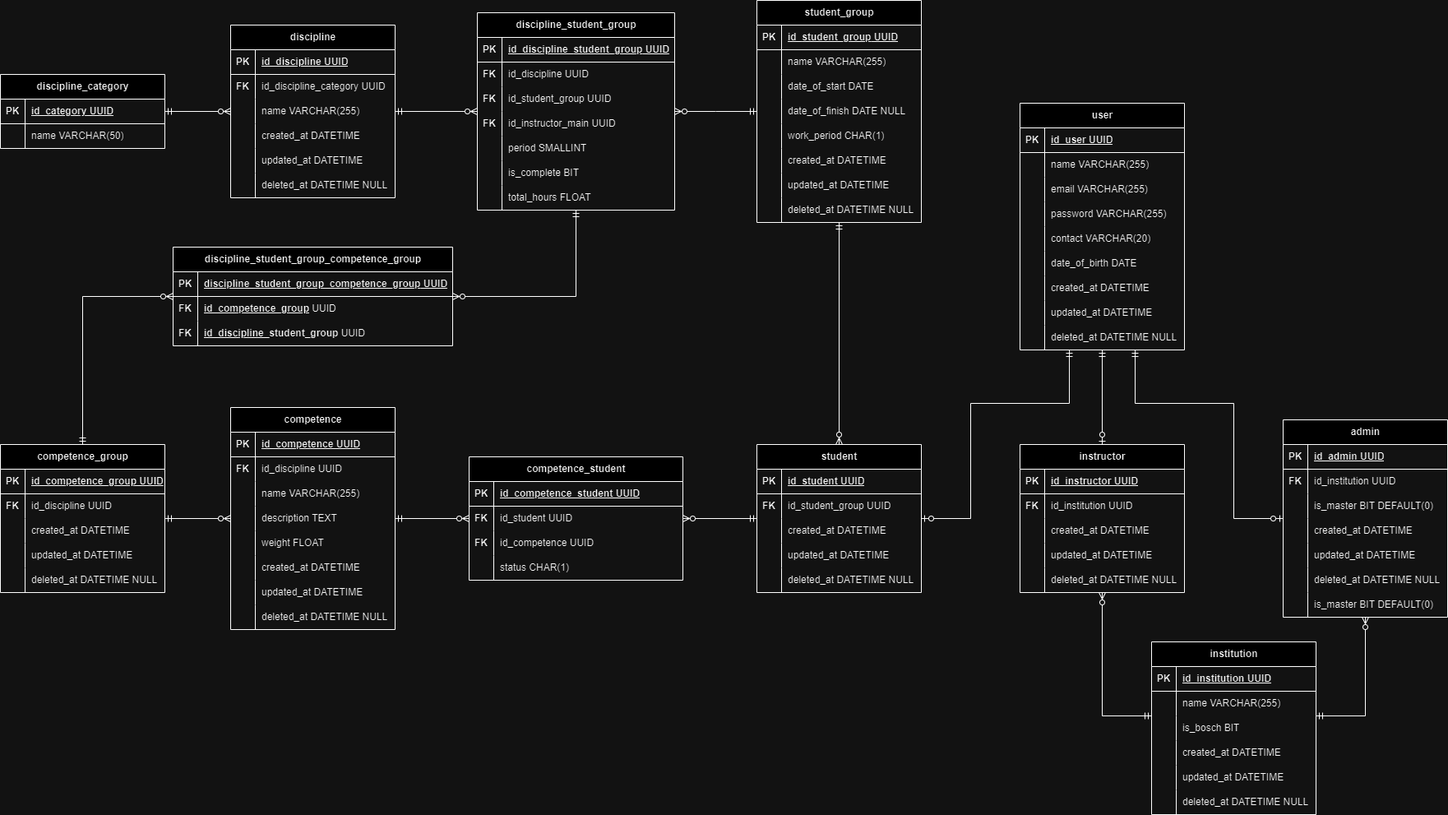
This is docs/Databse/ETSystemDB.drawio.png from AndreLuisPLuz/ETSystemBack, a draw.io export, as it was before one commit. Source tidied: cells renumbered, new cells last; positions are measured from the earlier drawing's top-left corner, leaving out a move shared by most shapes.
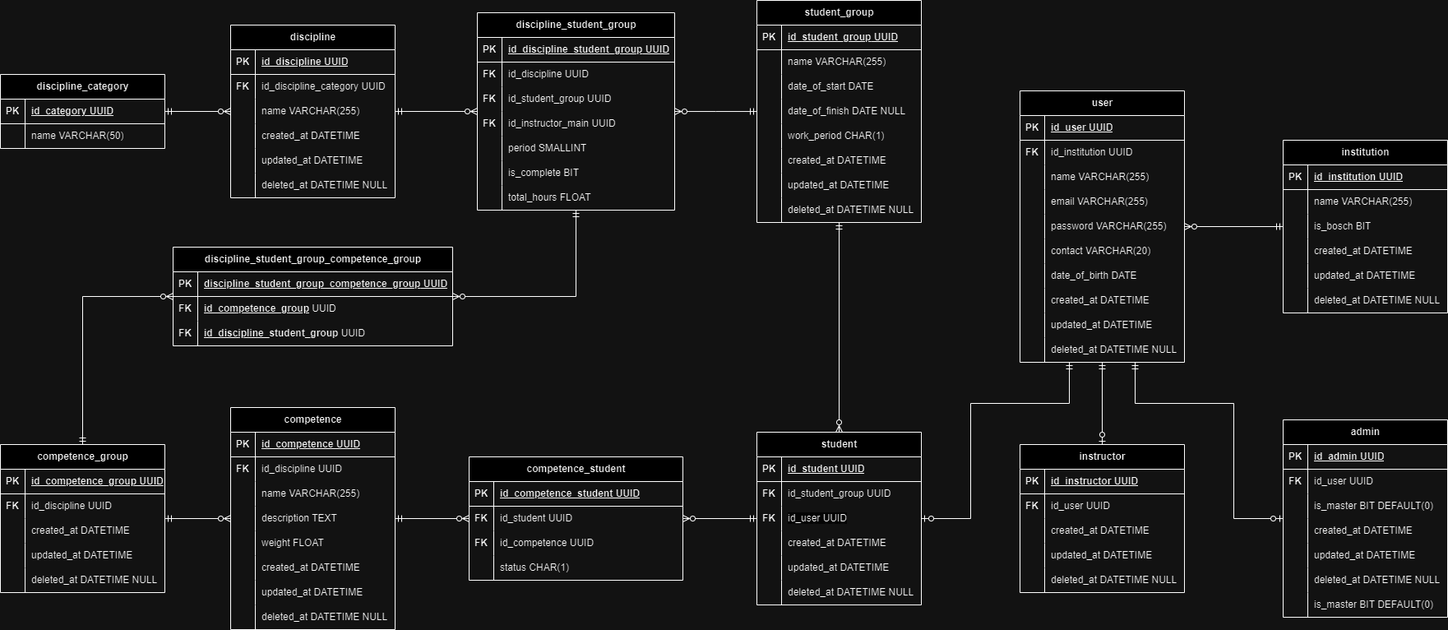
After the commit.

Commit message:
refact: relation user inst

Diff of the diagram source:
```diff
@@ -3,7 +3,7 @@
     <mxCell id="0" />
     <mxCell id="1" parent="0" />
     <mxCell id="2" value="institution" style="shape=table;startSize=30;rowLines=0;fontStyle=1;align=center;html=1;" parent="1" vertex="1">
-      <mxGeometry x="1400" y="780" width="200" height="210" as="geometry" />
+      <mxGeometry x="1560" y="170" width="200" height="210" as="geometry" />
     </mxCell>
     <mxCell id="3" style="shape=tableRow;horizontal=0;startSize=0;swimlaneHead=0;swimlaneBody=0;fillColor=none;top=0;left=0;right=0;bottom=1;" parent="2" vertex="1">
       <mxGeometry y="30" width="200" height="30" as="geometry" />
@@ -80,8 +80,11 @@
         </Array>
       </mxGeometry>
     </mxCell>
+    <mxCell id="254" style="edgeStyle=orthogonalEdgeStyle;rounded=0;jettySize=auto;html=1;endArrow=ERmandOne;endFill=0;startArrow=ERzeroToMany;startFill=0;" parent="1" edge="1" source="24" target="2">
+      <mxGeometry relative="1" as="geometry" />
+    </mxCell>
     <mxCell id="24" value="user" style="shape=table;startSize=30;rowLines=0;fontStyle=1;align=center;html=1;" parent="1" vertex="1">
-      <mxGeometry x="1240" y="125" width="200" height="300" as="geometry" />
+      <mxGeometry x="1240" y="110" width="200" height="330" as="geometry" />
     </mxCell>
     <mxCell id="25" style="shape=tableRow;horizontal=0;startSize=0;swimlaneHead=0;swimlaneBody=0;fillColor=none;top=0;left=0;right=0;bottom=1;" parent="24" vertex="1">
       <mxGeometry y="30" width="200" height="30" as="geometry" />
@@ -92,8 +95,17 @@
     <mxCell id="27" value="id_user UUID" style="shape=partialRectangle;fillColor=none;top=0;left=0;bottom=0;right=0;align=left;spacingLeft=6;fontStyle=5;overflow=hidden;whiteSpace=wrap;html=1;" parent="25" vertex="1">
       <mxGeometry x="30" width="170" height="30" as="geometry" />
     </mxCell>
+    <mxCell id="255" style="shape=tableRow;horizontal=0;startSize=0;swimlaneHead=0;swimlaneBody=0;fillColor=none;top=0;left=0;right=0;bottom=0;" parent="24" vertex="1">
+      <mxGeometry y="60" width="200" height="30" as="geometry" />
+    </mxCell>
+    <mxCell id="256" value="&lt;b&gt;FK&lt;/b&gt;" style="shape=partialRectangle;fillColor=none;top=0;left=0;bottom=0;right=0;overflow=hidden;whiteSpace=wrap;html=1;" parent="255" vertex="1">
+      <mxGeometry width="30" height="30" as="geometry" />
+    </mxCell>
+    <mxCell id="257" value="id_institution UUID" style="shape=partialRectangle;fillColor=none;top=0;left=0;bottom=0;right=0;align=left;spacingLeft=6;overflow=hidden;whiteSpace=wrap;html=1;" parent="255" vertex="1">
+      <mxGeometry x="30" width="170" height="30" as="geometry" />
+    </mxCell>
     <mxCell id="28" style="shape=tableRow;horizontal=0;startSize=0;swimlaneHead=0;swimlaneBody=0;fillColor=none;top=0;left=0;right=0;bottom=0;" parent="24" vertex="1">
-      <mxGeometry y="60" width="200" height="30" as="geometry" />
+      <mxGeometry y="90" width="200" height="30" as="geometry" />
     </mxCell>
     <mxCell id="29" style="shape=partialRectangle;fillColor=none;top=0;left=0;bottom=0;right=0;overflow=hidden;whiteSpace=wrap;html=1;" parent="28" vertex="1">
       <mxGeometry width="30" height="30" as="geometry" />
@@ -102,7 +114,7 @@
       <mxGeometry x="30" width="170" height="30" as="geometry" />
     </mxCell>
     <mxCell id="31" style="shape=tableRow;horizontal=0;startSize=0;swimlaneHead=0;swimlaneBody=0;fillColor=none;top=0;left=0;right=0;bottom=0;" parent="24" vertex="1">
-      <mxGeometry y="90" width="200" height="30" as="geometry" />
+      <mxGeometry y="120" width="200" height="30" as="geometry" />
     </mxCell>
     <mxCell id="32" style="shape=partialRectangle;fillColor=none;top=0;left=0;bottom=0;right=0;overflow=hidden;whiteSpace=wrap;html=1;" parent="31" vertex="1">
       <mxGeometry width="30" height="30" as="geometry" />
@@ -111,7 +123,7 @@
       <mxGeometry x="30" width="170" height="30" as="geometry" />
     </mxCell>
     <mxCell id="34" style="shape=tableRow;horizontal=0;startSize=0;swimlaneHead=0;swimlaneBody=0;fillColor=none;top=0;left=0;right=0;bottom=0;" parent="24" vertex="1">
-      <mxGeometry y="120" width="200" height="30" as="geometry" />
+      <mxGeometry y="150" width="200" height="30" as="geometry" />
     </mxCell>
     <mxCell id="35" style="shape=partialRectangle;fillColor=none;top=0;left=0;bottom=0;right=0;overflow=hidden;whiteSpace=wrap;html=1;" parent="34" vertex="1">
       <mxGeometry width="30" height="30" as="geometry" />
@@ -120,7 +132,7 @@
       <mxGeometry x="30" width="170" height="30" as="geometry" />
     </mxCell>
     <mxCell id="37" style="shape=tableRow;horizontal=0;startSize=0;swimlaneHead=0;swimlaneBody=0;fillColor=none;top=0;left=0;right=0;bottom=0;" parent="24" vertex="1">
-      <mxGeometry y="150" width="200" height="30" as="geometry" />
+      <mxGeometry y="180" width="200" height="30" as="geometry" />
     </mxCell>
     <mxCell id="38" style="shape=partialRectangle;fillColor=none;top=0;left=0;bottom=0;right=0;overflow=hidden;whiteSpace=wrap;html=1;" parent="37" vertex="1">
       <mxGeometry width="30" height="30" as="geometry" />
@@ -129,7 +141,7 @@
       <mxGeometry x="30" width="170" height="30" as="geometry" />
     </mxCell>
     <mxCell id="40" style="shape=tableRow;horizontal=0;startSize=0;swimlaneHead=0;swimlaneBody=0;fillColor=none;top=0;left=0;right=0;bottom=0;" parent="24" vertex="1">
-      <mxGeometry y="180" width="200" height="30" as="geometry" />
+      <mxGeometry y="210" width="200" height="30" as="geometry" />
     </mxCell>
     <mxCell id="41" style="shape=partialRectangle;fillColor=none;top=0;left=0;bottom=0;right=0;overflow=hidden;whiteSpace=wrap;html=1;" parent="40" vertex="1">
       <mxGeometry width="30" height="30" as="geometry" />
@@ -138,7 +150,7 @@
       <mxGeometry x="30" width="170" height="30" as="geometry" />
     </mxCell>
     <mxCell id="43" style="shape=tableRow;horizontal=0;startSize=0;swimlaneHead=0;swimlaneBody=0;fillColor=none;top=0;left=0;right=0;bottom=0;" parent="24" vertex="1">
-      <mxGeometry y="210" width="200" height="30" as="geometry" />
+      <mxGeometry y="240" width="200" height="30" as="geometry" />
     </mxCell>
     <mxCell id="44" style="shape=partialRectangle;fillColor=none;top=0;left=0;bottom=0;right=0;overflow=hidden;whiteSpace=wrap;html=1;" parent="43" vertex="1">
       <mxGeometry width="30" height="30" as="geometry" />
@@ -147,7 +159,7 @@
       <mxGeometry x="30" width="170" height="30" as="geometry" />
     </mxCell>
     <mxCell id="46" style="shape=tableRow;horizontal=0;startSize=0;swimlaneHead=0;swimlaneBody=0;fillColor=none;top=0;left=0;right=0;bottom=0;" parent="24" vertex="1">
-      <mxGeometry y="240" width="200" height="30" as="geometry" />
+      <mxGeometry y="270" width="200" height="30" as="geometry" />
     </mxCell>
     <mxCell id="47" style="shape=partialRectangle;fillColor=none;top=0;left=0;bottom=0;right=0;overflow=hidden;whiteSpace=wrap;html=1;" parent="46" vertex="1">
       <mxGeometry width="30" height="30" as="geometry" />
@@ -156,7 +168,7 @@
       <mxGeometry x="30" width="170" height="30" as="geometry" />
     </mxCell>
     <mxCell id="49" style="shape=tableRow;horizontal=0;startSize=0;swimlaneHead=0;swimlaneBody=0;fillColor=none;top=0;left=0;right=0;bottom=0;" parent="24" vertex="1">
-      <mxGeometry y="270" width="200" height="30" as="geometry" />
+      <mxGeometry y="300" width="200" height="30" as="geometry" />
     </mxCell>
     <mxCell id="50" style="shape=partialRectangle;fillColor=none;top=0;left=0;bottom=0;right=0;overflow=hidden;whiteSpace=wrap;html=1;" parent="49" vertex="1">
       <mxGeometry width="30" height="30" as="geometry" />
@@ -164,13 +176,6 @@
     <mxCell id="51" value="deleted_at DATETIME NULL" style="shape=partialRectangle;fillColor=none;top=0;left=0;bottom=0;right=0;align=left;spacingLeft=6;overflow=hidden;whiteSpace=wrap;html=1;" parent="49" vertex="1">
       <mxGeometry x="30" width="170" height="30" as="geometry" />
     </mxCell>
-    <mxCell id="52" style="edgeStyle=orthogonalEdgeStyle;rounded=0;jettySize=auto;html=1;endArrow=ERmandOne;endFill=0;startArrow=ERzeroToMany;startFill=0;" parent="1" edge="1" source="53" target="2">
-      <mxGeometry relative="1" as="geometry">
-        <Array as="points">
-          <mxPoint x="1660" y="870" />
-        </Array>
-      </mxGeometry>
-    </mxCell>
     <mxCell id="53" value="admin" style="shape=table;startSize=30;rowLines=0;fontStyle=1;align=center;html=1;" parent="1" vertex="1">
       <mxGeometry x="1560" y="510" width="200" height="240" as="geometry" />
     </mxCell>
@@ -189,7 +194,7 @@
     <mxCell id="58" value="&lt;b&gt;FK&lt;/b&gt;" style="shape=partialRectangle;fillColor=none;top=0;left=0;bottom=0;right=0;overflow=hidden;whiteSpace=wrap;html=1;" parent="57" vertex="1">
       <mxGeometry width="30" height="30" as="geometry" />
     </mxCell>
-    <mxCell id="59" value="id_institution UUID" style="shape=partialRectangle;fillColor=none;top=0;left=0;bottom=0;right=0;align=left;spacingLeft=6;overflow=hidden;whiteSpace=wrap;html=1;" parent="57" vertex="1">
+    <mxCell id="59" value="id_user&amp;nbsp;UUID" style="shape=partialRectangle;fillColor=none;top=0;left=0;bottom=0;right=0;align=left;spacingLeft=6;overflow=hidden;whiteSpace=wrap;html=1;" parent="57" vertex="1">
       <mxGeometry x="30" width="170" height="30" as="geometry" />
     </mxCell>
     <mxCell id="60" style="shape=tableRow;horizontal=0;startSize=0;swimlaneHead=0;swimlaneBody=0;fillColor=none;top=0;left=0;right=0;bottom=0;" parent="53" vertex="1">
@@ -237,13 +242,6 @@
     <mxCell id="74" value="is_master BIT DEFAULT(0)" style="shape=partialRectangle;fillColor=none;top=0;left=0;bottom=0;right=0;align=left;spacingLeft=6;overflow=hidden;whiteSpace=wrap;html=1;" parent="72" vertex="1">
       <mxGeometry x="30" width="170" height="30" as="geometry" />
     </mxCell>
-    <mxCell id="75" style="edgeStyle=orthogonalEdgeStyle;rounded=0;jettySize=auto;html=1;endArrow=ERmandOne;endFill=0;startArrow=ERzeroToMany;startFill=0;" parent="1" edge="1" source="76" target="2">
-      <mxGeometry relative="1" as="geometry">
-        <Array as="points">
-          <mxPoint x="1340" y="870" />
-        </Array>
-      </mxGeometry>
-    </mxCell>
     <mxCell id="76" value="instructor" style="shape=table;startSize=30;rowLines=0;fontStyle=1;align=center;html=1;" parent="1" vertex="1">
       <mxGeometry x="1240" y="540" width="200" height="180" as="geometry" />
     </mxCell>
@@ -262,7 +260,7 @@
     <mxCell id="81" value="&lt;b&gt;FK&lt;/b&gt;" style="shape=partialRectangle;fillColor=none;top=0;left=0;bottom=0;right=0;overflow=hidden;whiteSpace=wrap;html=1;" parent="80" vertex="1">
       <mxGeometry width="30" height="30" as="geometry" />
     </mxCell>
-    <mxCell id="82" value="id_institution UUID" style="shape=partialRectangle;fillColor=none;top=0;left=0;bottom=0;right=0;align=left;spacingLeft=6;overflow=hidden;whiteSpace=wrap;html=1;" parent="80" vertex="1">
+    <mxCell id="82" value="id_user UUID" style="shape=partialRectangle;fillColor=none;top=0;left=0;bottom=0;right=0;align=left;spacingLeft=6;overflow=hidden;whiteSpace=wrap;html=1;" parent="80" vertex="1">
       <mxGeometry x="30" width="170" height="30" as="geometry" />
     </mxCell>
     <mxCell id="83" style="shape=tableRow;horizontal=0;startSize=0;swimlaneHead=0;swimlaneBody=0;fillColor=none;top=0;left=0;right=0;bottom=0;" parent="76" vertex="1">
@@ -293,7 +291,7 @@
       <mxGeometry x="30" width="170" height="30" as="geometry" />
     </mxCell>
     <mxCell id="92" value="student" style="shape=table;startSize=30;rowLines=0;fontStyle=1;align=center;html=1;" parent="1" vertex="1">
-      <mxGeometry x="920" y="540" width="200" height="180" as="geometry" />
+      <mxGeometry x="920" y="525" width="200" height="210" as="geometry" />
     </mxCell>
     <mxCell id="93" style="shape=tableRow;horizontal=0;startSize=0;swimlaneHead=0;swimlaneBody=0;fillColor=none;top=0;left=0;right=0;bottom=1;" parent="92" vertex="1">
       <mxGeometry y="30" width="200" height="30" as="geometry" />
@@ -313,8 +311,17 @@
     <mxCell id="98" value="id_&lt;span style=&quot;text-align: center; text-wrap: nowrap;&quot;&gt;student_group&lt;/span&gt;&amp;nbsp;UUID" style="shape=partialRectangle;fillColor=none;top=0;left=0;bottom=0;right=0;align=left;spacingLeft=6;overflow=hidden;whiteSpace=wrap;html=1;" parent="96" vertex="1">
       <mxGeometry x="30" width="170" height="30" as="geometry" />
     </mxCell>
+    <mxCell id="258" style="shape=tableRow;horizontal=0;startSize=0;swimlaneHead=0;swimlaneBody=0;fillColor=none;top=0;left=0;right=0;bottom=0;" parent="92" vertex="1">
+      <mxGeometry y="90" width="200" height="30" as="geometry" />
+    </mxCell>
+    <mxCell id="259" value="&lt;b&gt;FK&lt;/b&gt;" style="shape=partialRectangle;fillColor=none;top=0;left=0;bottom=0;right=0;overflow=hidden;whiteSpace=wrap;html=1;" parent="258" vertex="1">
+      <mxGeometry width="30" height="30" as="geometry" />
+    </mxCell>
+    <mxCell id="260" value="&lt;span style=&quot;color: rgb(0, 0, 0); font-family: Helvetica; font-size: 12px; font-style: normal; font-variant-ligatures: normal; font-variant-caps: normal; font-weight: 400; letter-spacing: normal; orphans: 2; text-align: left; text-indent: 0px; text-transform: none; widows: 2; word-spacing: 0px; -webkit-text-stroke-width: 0px; white-space: normal; background-color: rgb(251, 251, 251); text-decoration-thickness: initial; text-decoration-style: initial; text-decoration-color: initial; display: inline !important; float: none;&quot;&gt;id_user UUID&lt;/span&gt;" style="shape=partialRectangle;fillColor=none;top=0;left=0;bottom=0;right=0;align=left;spacingLeft=6;overflow=hidden;whiteSpace=wrap;html=1;" parent="258" vertex="1">
+      <mxGeometry x="30" width="170" height="30" as="geometry" />
+    </mxCell>
     <mxCell id="99" style="shape=tableRow;horizontal=0;startSize=0;swimlaneHead=0;swimlaneBody=0;fillColor=none;top=0;left=0;right=0;bottom=0;" parent="92" vertex="1">
-      <mxGeometry y="90" width="200" height="30" as="geometry" />
+      <mxGeometry y="120" width="200" height="30" as="geometry" />
     </mxCell>
     <mxCell id="100" style="shape=partialRectangle;fillColor=none;top=0;left=0;bottom=0;right=0;overflow=hidden;whiteSpace=wrap;html=1;" parent="99" vertex="1">
       <mxGeometry width="30" height="30" as="geometry" />
@@ -323,7 +330,7 @@
       <mxGeometry x="30" width="170" height="30" as="geometry" />
     </mxCell>
     <mxCell id="102" style="shape=tableRow;horizontal=0;startSize=0;swimlaneHead=0;swimlaneBody=0;fillColor=none;top=0;left=0;right=0;bottom=0;" parent="92" vertex="1">
-      <mxGeometry y="120" width="200" height="30" as="geometry" />
+      <mxGeometry y="150" width="200" height="30" as="geometry" />
     </mxCell>
     <mxCell id="103" style="shape=partialRectangle;fillColor=none;top=0;left=0;bottom=0;right=0;overflow=hidden;whiteSpace=wrap;html=1;" parent="102" vertex="1">
       <mxGeometry width="30" height="30" as="geometry" />
@@ -332,7 +339,7 @@
       <mxGeometry x="30" width="170" height="30" as="geometry" />
     </mxCell>
     <mxCell id="105" style="shape=tableRow;horizontal=0;startSize=0;swimlaneHead=0;swimlaneBody=0;fillColor=none;top=0;left=0;right=0;bottom=0;" parent="92" vertex="1">
-      <mxGeometry y="150" width="200" height="30" as="geometry" />
+      <mxGeometry y="180" width="200" height="30" as="geometry" />
     </mxCell>
     <mxCell id="106" style="shape=partialRectangle;fillColor=none;top=0;left=0;bottom=0;right=0;overflow=hidden;whiteSpace=wrap;html=1;" parent="105" vertex="1">
       <mxGeometry width="30" height="30" as="geometry" />
```
